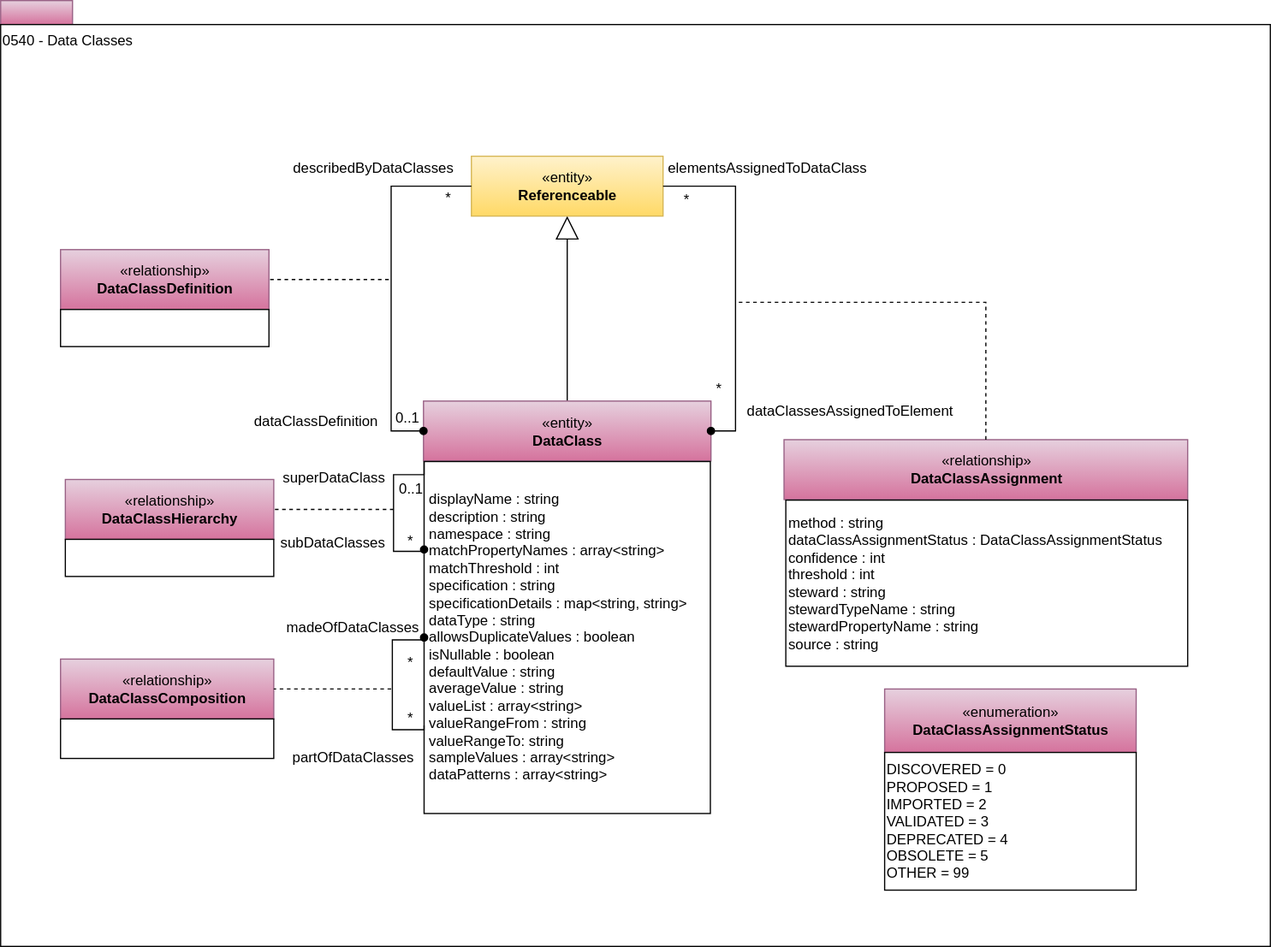
Above: site/docs/types/5/0540-Data-Classes.svg in odpi/egeria-docs (draw.io), before the change. Source tidied: cells renumbered, new cells last; positions are measured from the earlier drawing's top-left corner, leaving out a move shared by most shapes.
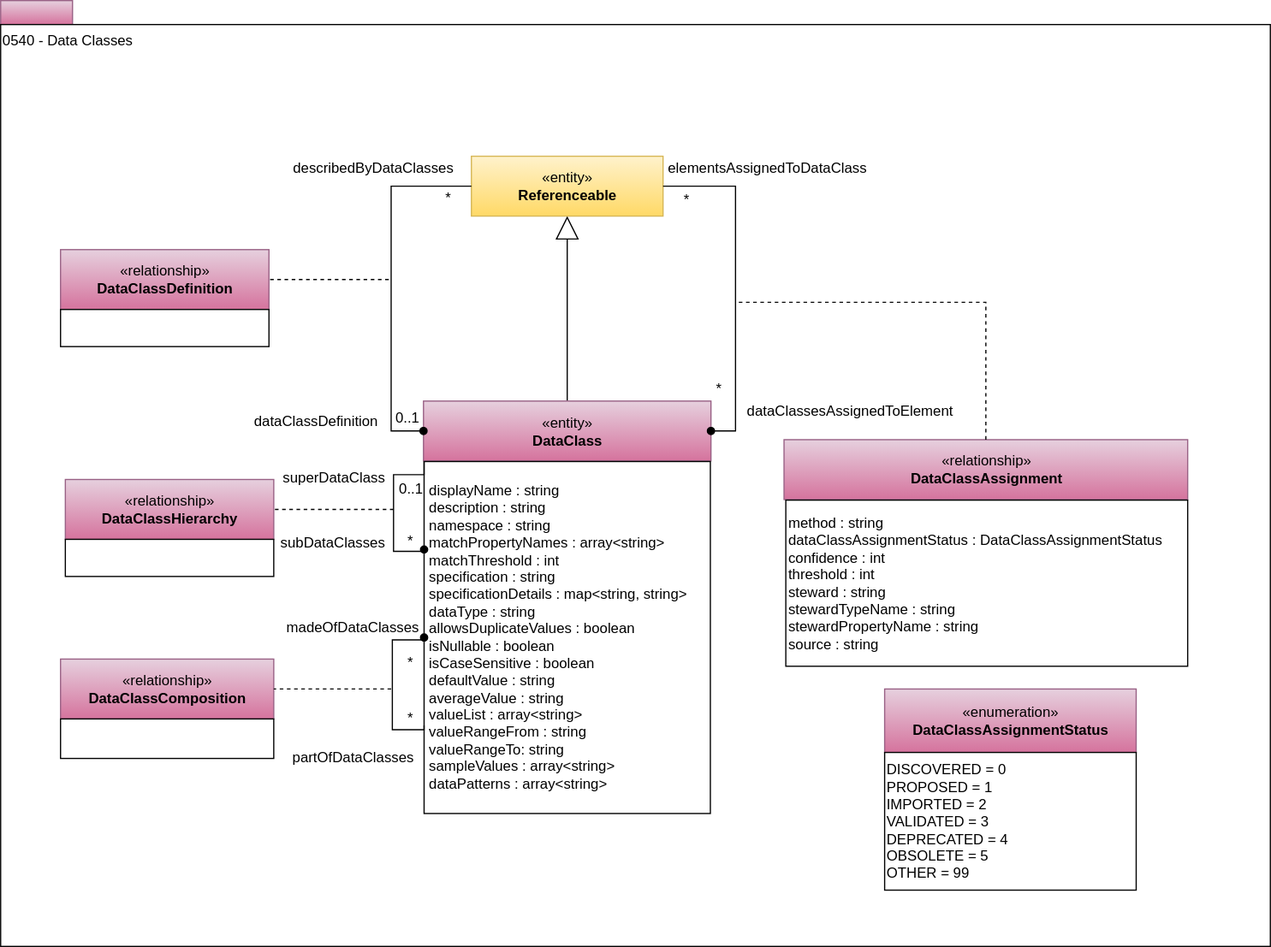
The same diagram one commit later.

What changed in the source:
```diff
@@ -14,7 +14,7 @@
     <mxCell id="5" value="«entity»&lt;br&gt;&lt;b&gt;DataClass&lt;/b&gt;" style="html=1;strokeColor=#996185;align=center;fillColor=#e6d0de;gradientColor=#d5739d;" parent="1" vertex="1">
       <mxGeometry x="353" y="334.5" width="240" height="50" as="geometry" />
     </mxCell>
-    <mxCell id="6" value="&lt;span&gt;displayName : string&lt;/span&gt;&lt;br&gt;&lt;span&gt;description : string&lt;/span&gt;&lt;br&gt;&lt;span&gt;namespace : string&lt;/span&gt;&lt;div&gt;matchPropertyNames : array&amp;lt;string&amp;gt;&lt;/div&gt;&lt;div&gt;&lt;div&gt;matchThreshold : int&lt;/div&gt;&lt;div&gt;&lt;/div&gt;&lt;span&gt;specification : string&lt;/span&gt;&lt;br&gt;&lt;span&gt;specificationDetails : map&amp;lt;string, string&amp;gt;&lt;/span&gt;&lt;div&gt;&lt;span&gt;dataType : string&lt;/span&gt;&lt;/div&gt;&lt;div&gt;&lt;span style=&quot;background-color: transparent; color: light-dark(rgb(0, 0, 0), rgb(255, 255, 255));&quot;&gt;allowsDuplicateValues : boolean&lt;/span&gt;&lt;/div&gt;&lt;div&gt;&lt;span style=&quot;background-color: transparent; color: light-dark(rgb(0, 0, 0), rgb(255, 255, 255));&quot;&gt;isNullable : boolean&lt;/span&gt;&lt;/div&gt;&lt;div&gt;&lt;div&gt;&lt;/div&gt;&lt;/div&gt;&lt;div&gt;&lt;span style=&quot;background-color: transparent; color: light-dark(rgb(0, 0, 0), rgb(255, 255, 255));&quot;&gt;defaultValue : string&lt;/span&gt;&lt;br&gt;&lt;/div&gt;&lt;div&gt;&lt;span style=&quot;background-color: transparent; color: light-dark(rgb(0, 0, 0), rgb(255, 255, 255));&quot;&gt;averageValue : string&lt;/span&gt;&lt;/div&gt;&lt;div&gt;valueList : array&amp;lt;string&amp;gt;&lt;/div&gt;&lt;div&gt;valueRangeFrom : string&lt;/div&gt;&lt;div&gt;valueRangeTo: string&lt;/div&gt;&lt;div&gt;sampleValues : array&amp;lt;string&amp;gt;&lt;br&gt;dataPatterns : array&amp;lt;string&amp;gt;&lt;br&gt;&lt;/div&gt;&lt;/div&gt;" style="rounded=0;whiteSpace=wrap;html=1;strokeColor=#000000;gradientColor=#ffffff;align=left;spacingLeft=2;" parent="1" vertex="1">
+    <mxCell id="6" value="&lt;span&gt;displayName : string&lt;/span&gt;&lt;br&gt;&lt;span&gt;description : string&lt;/span&gt;&lt;br&gt;&lt;span&gt;namespace : string&lt;/span&gt;&lt;div&gt;matchPropertyNames : array&amp;lt;string&amp;gt;&lt;/div&gt;&lt;div&gt;&lt;div&gt;matchThreshold : int&lt;/div&gt;&lt;div&gt;&lt;/div&gt;&lt;span&gt;specification : string&lt;/span&gt;&lt;br&gt;&lt;span&gt;specificationDetails : map&amp;lt;string, string&amp;gt;&lt;/span&gt;&lt;div&gt;&lt;span&gt;dataType : string&lt;/span&gt;&lt;/div&gt;&lt;div&gt;&lt;span style=&quot;background-color: transparent; color: light-dark(rgb(0, 0, 0), rgb(255, 255, 255));&quot;&gt;allowsDuplicateValues : boolean&lt;/span&gt;&lt;/div&gt;&lt;div&gt;&lt;span style=&quot;background-color: transparent; color: light-dark(rgb(0, 0, 0), rgb(255, 255, 255));&quot;&gt;isNullable : boolean&lt;/span&gt;&lt;/div&gt;&lt;div&gt;&lt;div&gt;&lt;/div&gt;&lt;/div&gt;&lt;div&gt;&lt;span style=&quot;background-color: transparent; color: light-dark(rgb(0, 0, 0), rgb(255, 255, 255));&quot;&gt;isCaseSensitive : boolean&lt;/span&gt;&lt;/div&gt;&lt;div&gt;&lt;span style=&quot;background-color: transparent; color: light-dark(rgb(0, 0, 0), rgb(255, 255, 255));&quot;&gt;defaultValue : string&lt;/span&gt;&lt;br&gt;&lt;/div&gt;&lt;div&gt;&lt;span style=&quot;background-color: transparent; color: light-dark(rgb(0, 0, 0), rgb(255, 255, 255));&quot;&gt;averageValue : string&lt;/span&gt;&lt;/div&gt;&lt;div&gt;valueList : array&amp;lt;string&amp;gt;&lt;/div&gt;&lt;div&gt;valueRangeFrom : string&lt;/div&gt;&lt;div&gt;valueRangeTo: string&lt;/div&gt;&lt;div&gt;sampleValues : array&amp;lt;string&amp;gt;&lt;br&gt;dataPatterns : array&amp;lt;string&amp;gt;&lt;br&gt;&lt;/div&gt;&lt;/div&gt;" style="rounded=0;whiteSpace=wrap;html=1;strokeColor=#000000;gradientColor=#ffffff;align=left;spacingLeft=2;" parent="1" vertex="1">
       <mxGeometry x="353.5" y="385" width="239" height="294" as="geometry" />
     </mxCell>
     <mxCell id="7" value="«entity»&lt;br&gt;&lt;b&gt;Referenceable&lt;/b&gt;" style="html=1;strokeColor=#d6b656;align=center;fillColor=#fff2cc;gradientColor=#ffd966;" parent="1" vertex="1">
```
